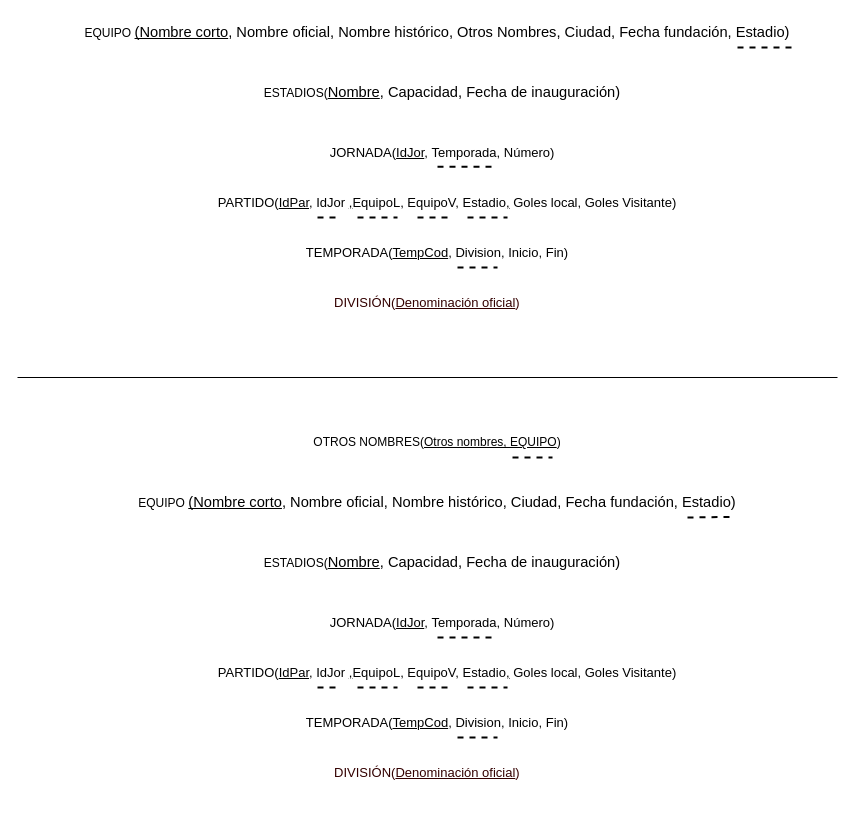
Practicass/Practica1_LigaFutbol keeps this draw.io diagram as draws/RelacionalFin.drawio. Above is the earlier version. Source tidied: cells renumbered, new cells numbered last; positions are measured from the earlier drawing's top-left corner, leaving out a move shared by most shapes. Both pictures are drawn from the tidied source at 100%, with x=0, y=0 at pixel (17, 17).
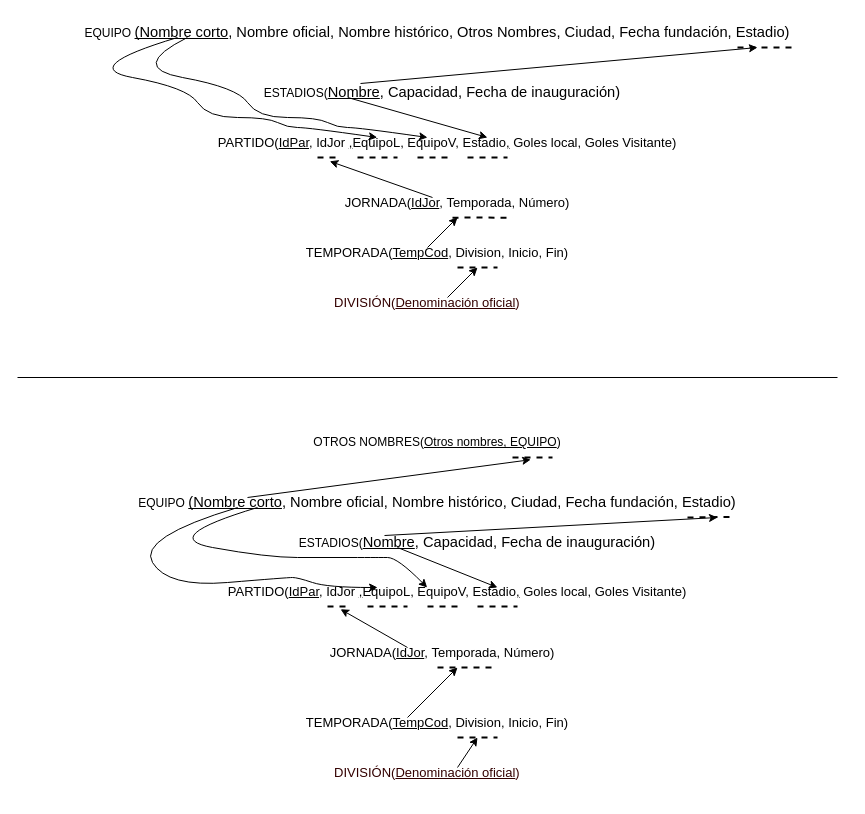
The same page after the edit.

The change refers to these unchanged cells:
```xml
<mxCell id="2" value="EQUIPO &lt;span style=&quot;font-size: 11pt; font-family: Arial; color: rgb(0, 0, 0); background-color: transparent; font-weight: 400; font-style: normal; font-variant: normal; text-decoration: underline; text-decoration-skip-ink: none; vertical-align: baseline;&quot;&gt;(Nombre corto&lt;/span&gt;&lt;span style=&quot;font-size: 11pt; font-family: Arial; background-color: transparent; font-weight: 400; font-style: normal; font-variant-ligatures: normal; font-variant-numeric: normal; font-variant-caps: normal; font-variant-alternates: normal; font-variant-east-asian: normal; font-variant-position: normal; text-decoration: none; vertical-align: baseline;&quot;&gt;, Nombre oficial, Nombre histórico, Otros Nombres, Ciudad, Fecha fundación, &lt;font&gt;Estadio&lt;/font&gt;)&lt;/span&gt;" style="text;html=1;strokeColor=none;fillColor=none;align=center;verticalAlign=middle;whiteSpace=wrap;rounded=0;" parent="1" vertex="1">
  <mxGeometry x="50" width="740" height="30" as="geometry" />
</mxCell>
<mxCell id="4" value="&lt;p id=&quot;docs-internal-guid-ae7be185-7fff-9508-fb25-8bbcf56c84a8&quot; style=&quot;line-height:1.38;margin-top:0pt;margin-bottom:0pt;&quot; dir=&quot;ltr&quot;&gt;ESTADIOS(&lt;span style=&quot;font-size: 11pt; font-family: Arial; color: rgb(0, 0, 0); background-color: transparent; font-weight: 400; font-style: normal; font-variant: normal; text-decoration: underline; text-decoration-skip-ink: none; vertical-align: baseline;&quot;&gt;Nombre&lt;/span&gt;&lt;span style=&quot;font-size: 11pt; font-family: Arial; color: rgb(0, 0, 0); background-color: transparent; font-weight: 400; font-style: normal; font-variant: normal; text-decoration: none; vertical-align: baseline;&quot;&gt;, Capacidad, Fecha de inauguración)&lt;/span&gt;&lt;/p&gt;" style="text;html=1;strokeColor=none;fillColor=none;align=center;verticalAlign=middle;whiteSpace=wrap;rounded=0;" parent="1" vertex="1">
  <mxGeometry x="55" y="60" width="740" height="30" as="geometry" />
</mxCell>
<mxCell id="8" value="EQUIPO &lt;span style=&quot;font-size: 11pt; font-family: Arial; background-color: transparent; font-weight: 400; font-style: normal; font-variant-ligatures: normal; font-variant-numeric: normal; font-variant-caps: normal; font-variant-alternates: normal; font-variant-east-asian: normal; font-variant-position: normal; text-decoration: underline; text-decoration-skip-ink: none; vertical-align: baseline;&quot;&gt;(Nombre corto&lt;/span&gt;&lt;span style=&quot;font-size: 11pt; font-family: Arial; background-color: transparent; font-weight: 400; font-style: normal; font-variant-ligatures: normal; font-variant-numeric: normal; font-variant-caps: normal; font-variant-alternates: normal; font-variant-east-asian: normal; font-variant-position: normal; text-decoration: none; vertical-align: baseline;&quot;&gt;, Nombre oficial, Nombre histórico, Ciudad, Fecha fundación, &lt;font&gt;Estadio&lt;/font&gt;)&lt;/span&gt;" style="text;html=1;strokeColor=none;fillColor=none;align=center;verticalAlign=middle;whiteSpace=wrap;rounded=0;" parent="1" vertex="1">
  <mxGeometry x="50" y="470" width="740" height="30" as="geometry" />
</mxCell>
<mxCell id="15" value="OTROS NOMBRES(&lt;u&gt;Otros nombres, EQUIPO&lt;/u&gt;)" style="text;html=1;strokeColor=none;fillColor=none;align=center;verticalAlign=middle;whiteSpace=wrap;rounded=0;" parent="1" vertex="1">
  <mxGeometry x="50" y="410" width="740" height="30" as="geometry" />
</mxCell>
```

The edit, as a diff of the source:
```diff
@@
     <mxCell id="3" value="&lt;p id=&quot;docs-internal-guid-b29137fc-7fff-e210-7a7c-c94be5e26367&quot; style=&quot;line-height: 1.38; margin-top: 0pt; margin-bottom: 0pt; font-size: 13px;&quot; dir=&quot;ltr&quot;&gt;&lt;font style=&quot;font-size: 13px;&quot;&gt;PARTIDO(&lt;u&gt;IdPar&lt;/u&gt;,&amp;nbsp;IdJor&amp;nbsp;&lt;u&gt;,&lt;/u&gt;EquipoL&lt;u&gt;,&lt;/u&gt; EquipoV&lt;/font&gt;&lt;font style=&quot;font-size: 13px;&quot;&gt;, &lt;/font&gt;&lt;font style=&quot;font-size: 13px;&quot;&gt;Estadio&lt;u&gt;,&lt;/u&gt; &lt;/font&gt;&lt;font style=&quot;font-size: 13px;&quot;&gt;Goles local, Goles Visitante)&lt;/font&gt;&lt;/p&gt;&lt;p id=&quot;docs-internal-guid-ae7be185-7fff-9508-fb25-8bbcf56c84a8&quot; style=&quot;line-height: 1.38; margin-top: 0pt; margin-bottom: 0pt; font-size: 13px;&quot; dir=&quot;ltr&quot;&gt;&lt;/p&gt;" style="text;html=1;strokeColor=none;fillColor=none;align=center;verticalAlign=middle;whiteSpace=wrap;rounded=0;" parent="1" vertex="1">
-      <mxGeometry x="60" y="170" width="740" height="30" as="geometry" />
+      <mxGeometry x="60" y="110" width="740" height="30" as="geometry" />
     </mxCell>
@@
     <mxCell id="5" value="&lt;p id=&quot;docs-internal-guid-d062ec6a-7fff-5ad4-b682-37d9f37c2bd6&quot; style=&quot;line-height: 1.38; margin-top: 0pt; margin-bottom: 0pt; font-size: 13px;&quot; dir=&quot;ltr&quot;&gt;JORNADA(&lt;u&gt;IdJor&lt;/u&gt;,&amp;nbsp;Temporada, Número)&lt;/p&gt;&lt;p id=&quot;docs-internal-guid-b29137fc-7fff-e210-7a7c-c94be5e26367&quot; style=&quot;line-height:1.38;margin-top:0pt;margin-bottom:0pt;&quot; dir=&quot;ltr&quot;&gt;&lt;/p&gt;&lt;p id=&quot;docs-internal-guid-ae7be185-7fff-9508-fb25-8bbcf56c84a8&quot; style=&quot;line-height:1.38;margin-top:0pt;margin-bottom:0pt;&quot; dir=&quot;ltr&quot;&gt;&lt;/p&gt;" style="text;html=1;strokeColor=none;fillColor=none;align=center;verticalAlign=middle;whiteSpace=wrap;rounded=0;" parent="1" vertex="1">
-      <mxGeometry x="55" y="120" width="740" height="30" as="geometry" />
+      <mxGeometry x="70" y="170" width="740" height="30" as="geometry" />
     </mxCell>
@@
     <mxCell id="10" value="&lt;p id=&quot;docs-internal-guid-b29137fc-7fff-e210-7a7c-c94be5e26367&quot; style=&quot;line-height: 1.38; margin-top: 0pt; margin-bottom: 0pt; font-size: 13px;&quot; dir=&quot;ltr&quot;&gt;&lt;font style=&quot;font-size: 13px;&quot;&gt;PARTIDO(&lt;u&gt;IdPar&lt;/u&gt;,&amp;nbsp;IdJor&amp;nbsp;&lt;u&gt;,&lt;/u&gt;EquipoL&lt;u&gt;,&lt;/u&gt; EquipoV&lt;/font&gt;&lt;font style=&quot;font-size: 13px;&quot;&gt;, &lt;/font&gt;&lt;font style=&quot;font-size: 13px;&quot;&gt;Estadio&lt;u&gt;,&lt;/u&gt; &lt;/font&gt;&lt;font style=&quot;font-size: 13px;&quot;&gt;Goles local, Goles Visitante)&lt;/font&gt;&lt;/p&gt;&lt;p id=&quot;docs-internal-guid-ae7be185-7fff-9508-fb25-8bbcf56c84a8&quot; style=&quot;line-height: 1.38; margin-top: 0pt; margin-bottom: 0pt; font-size: 13px;&quot; dir=&quot;ltr&quot;&gt;&lt;/p&gt;" style="text;html=1;strokeColor=none;fillColor=none;align=center;verticalAlign=middle;whiteSpace=wrap;rounded=0;" parent="1" vertex="1">
-      <mxGeometry x="60" y="640" width="740" height="30" as="geometry" />
+      <mxGeometry x="70" y="559" width="740" height="30" as="geometry" />
     </mxCell>
     <mxCell id="11" value="&lt;p id=&quot;docs-internal-guid-ae7be185-7fff-9508-fb25-8bbcf56c84a8&quot; style=&quot;line-height:1.38;margin-top:0pt;margin-bottom:0pt;&quot; dir=&quot;ltr&quot;&gt;ESTADIOS(&lt;span style=&quot;font-size: 11pt; font-family: Arial; color: rgb(0, 0, 0); background-color: transparent; font-weight: 400; font-style: normal; font-variant: normal; text-decoration: underline; text-decoration-skip-ink: none; vertical-align: baseline;&quot;&gt;Nombre&lt;/span&gt;&lt;span style=&quot;font-size: 11pt; font-family: Arial; color: rgb(0, 0, 0); background-color: transparent; font-weight: 400; font-style: normal; font-variant: normal; text-decoration: none; vertical-align: baseline;&quot;&gt;, Capacidad, Fecha de inauguración)&lt;/span&gt;&lt;/p&gt;" style="text;html=1;strokeColor=none;fillColor=none;align=center;verticalAlign=middle;whiteSpace=wrap;rounded=0;" parent="1" vertex="1">
-      <mxGeometry x="55" y="530" width="740" height="30" as="geometry" />
+      <mxGeometry x="90" y="510" width="740" height="30" as="geometry" />
     </mxCell>
     <mxCell id="12" value="&lt;p id=&quot;docs-internal-guid-d062ec6a-7fff-5ad4-b682-37d9f37c2bd6&quot; style=&quot;line-height: 1.38; margin-top: 0pt; margin-bottom: 0pt; font-size: 13px;&quot; dir=&quot;ltr&quot;&gt;JORNADA(&lt;u&gt;IdJor&lt;/u&gt;,&amp;nbsp;Temporada, Número)&lt;/p&gt;&lt;p id=&quot;docs-internal-guid-b29137fc-7fff-e210-7a7c-c94be5e26367&quot; style=&quot;line-height:1.38;margin-top:0pt;margin-bottom:0pt;&quot; dir=&quot;ltr&quot;&gt;&lt;/p&gt;&lt;p id=&quot;docs-internal-guid-ae7be185-7fff-9508-fb25-8bbcf56c84a8&quot; style=&quot;line-height:1.38;margin-top:0pt;margin-bottom:0pt;&quot; dir=&quot;ltr&quot;&gt;&lt;/p&gt;" style="text;html=1;strokeColor=none;fillColor=none;align=center;verticalAlign=middle;whiteSpace=wrap;rounded=0;" parent="1" vertex="1">
-      <mxGeometry x="55" y="590" width="740" height="30" as="geometry" />
+      <mxGeometry x="55" y="620" width="740" height="30" as="geometry" />
     </mxCell>
@@
     <mxCell id="17" style="endArrow=none;dashed=1;html=1;strokeWidth=2;rounded=0;" parent="1" edge="1">
       <mxGeometry relative="1" as="geometry">
-        <mxPoint x="420" y="149.3" as="sourcePoint" />
-        <mxPoint x="480" y="149.3" as="targetPoint" />
+        <mxPoint x="435" y="200.3" as="sourcePoint" />
+        <mxPoint x="495" y="200.3" as="targetPoint" />
+        <Array as="points">
+          <mxPoint x="455" y="200" />
+        </Array>
       </mxGeometry>
     </mxCell>
     <mxCell id="18" style="endArrow=none;dashed=1;html=1;strokeWidth=2;rounded=0;" parent="1" edge="1">
       <mxGeometry relative="1" as="geometry">
-        <mxPoint x="300" y="200" as="sourcePoint" />
-        <mxPoint x="320" y="200" as="targetPoint" />
+        <mxPoint x="300" y="140" as="sourcePoint" />
+        <mxPoint x="320" y="140" as="targetPoint" />
       </mxGeometry>
     </mxCell>
     <mxCell id="19" style="endArrow=none;dashed=1;html=1;strokeWidth=2;rounded=0;" parent="1" edge="1">
       <mxGeometry relative="1" as="geometry">
-        <mxPoint x="340" y="200" as="sourcePoint" />
-        <mxPoint x="380" y="200" as="targetPoint" />
+        <mxPoint x="340" y="140" as="sourcePoint" />
+        <mxPoint x="380" y="140" as="targetPoint" />
       </mxGeometry>
     </mxCell>
     <mxCell id="20" style="endArrow=none;dashed=1;html=1;strokeWidth=2;rounded=0;" parent="1" edge="1">
       <mxGeometry relative="1" as="geometry">
-        <mxPoint x="400" y="200" as="sourcePoint" />
-        <mxPoint x="430" y="200" as="targetPoint" />
+        <mxPoint x="400" y="140" as="sourcePoint" />
+        <mxPoint x="430" y="140" as="targetPoint" />
       </mxGeometry>
     </mxCell>
     <mxCell id="21" style="endArrow=none;dashed=1;html=1;strokeWidth=2;rounded=0;" parent="1" edge="1">
       <mxGeometry relative="1" as="geometry">
-        <mxPoint x="450" y="200" as="sourcePoint" />
-        <mxPoint x="490" y="200" as="targetPoint" />
+        <mxPoint x="450" y="140" as="sourcePoint" />
+        <mxPoint x="490" y="140" as="targetPoint" />
       </mxGeometry>
     </mxCell>
@@
     <mxCell id="25" style="endArrow=none;dashed=1;html=1;strokeWidth=2;rounded=0;" parent="1" edge="1">
       <mxGeometry relative="1" as="geometry">
-        <mxPoint x="420" y="620" as="sourcePoint" />
-        <mxPoint x="480" y="620" as="targetPoint" />
+        <mxPoint x="420" y="650" as="sourcePoint" />
+        <mxPoint x="480" y="650" as="targetPoint" />
+        <Array as="points">
+          <mxPoint x="450" y="650" />
+        </Array>
       </mxGeometry>
     </mxCell>
     <mxCell id="26" style="endArrow=none;dashed=1;html=1;strokeWidth=2;rounded=0;" parent="1" edge="1">
       <mxGeometry relative="1" as="geometry">
-        <mxPoint x="300" y="670" as="sourcePoint" />
-        <mxPoint x="320" y="670" as="targetPoint" />
+        <mxPoint x="310" y="589" as="sourcePoint" />
+        <mxPoint x="330" y="589" as="targetPoint" />
       </mxGeometry>
     </mxCell>
     <mxCell id="27" style="endArrow=none;dashed=1;html=1;strokeWidth=2;rounded=0;" parent="1" edge="1">
       <mxGeometry relative="1" as="geometry">
-        <mxPoint x="340" y="670" as="sourcePoint" />
-        <mxPoint x="380" y="670" as="targetPoint" />
+        <mxPoint x="350" y="589" as="sourcePoint" />
+        <mxPoint x="390" y="589" as="targetPoint" />
       </mxGeometry>
     </mxCell>
     <mxCell id="28" style="endArrow=none;dashed=1;html=1;strokeWidth=2;rounded=0;" parent="1" edge="1">
       <mxGeometry relative="1" as="geometry">
-        <mxPoint x="400" y="670" as="sourcePoint" />
-        <mxPoint x="430" y="670" as="targetPoint" />
+        <mxPoint x="410" y="589" as="sourcePoint" />
+        <mxPoint x="440" y="589" as="targetPoint" />
       </mxGeometry>
     </mxCell>
     <mxCell id="29" style="endArrow=none;dashed=1;html=1;strokeWidth=2;rounded=0;" parent="1" edge="1">
       <mxGeometry relative="1" as="geometry">
-        <mxPoint x="450" y="670" as="sourcePoint" />
-        <mxPoint x="490" y="670" as="targetPoint" />
+        <mxPoint x="460" y="589" as="sourcePoint" />
+        <mxPoint x="500" y="589" as="targetPoint" />
       </mxGeometry>
     </mxCell>
@@
+    <mxCell id="31" style="endArrow=classic;html=1;rounded=0;" parent="1" edge="1">
+      <mxGeometry relative="1" as="geometry">
+        <mxPoint x="440" y="750" as="sourcePoint" />
+        <mxPoint x="460" y="720" as="targetPoint" />
+      </mxGeometry>
+    </mxCell>
+    <mxCell id="32" style="endArrow=classic;html=1;rounded=0;" parent="1" edge="1">
+      <mxGeometry relative="1" as="geometry">
+        <mxPoint x="390" y="700" as="sourcePoint" />
+        <mxPoint x="440" y="650" as="targetPoint" />
+      </mxGeometry>
+    </mxCell>
+    <mxCell id="33" style="endArrow=classic;html=1;rounded=0;entryX=0.342;entryY=1.093;entryDx=0;entryDy=0;entryPerimeter=0;" parent="1" edge="1" target="10">
+      <mxGeometry relative="1" as="geometry">
+        <mxPoint x="390" y="630" as="sourcePoint" />
+      </mxGeometry>
+    </mxCell>
+    <mxCell id="34" style="endArrow=classic;html=1;rounded=0;" parent="1" edge="1">
+      <mxGeometry relative="1" as="geometry">
+        <mxPoint x="367" y="518" as="sourcePoint" />
+        <mxPoint x="700" y="500" as="targetPoint" />
+      </mxGeometry>
+    </mxCell>
+    <mxCell id="35" style="curved=1;endArrow=classic;html=1;rounded=0;exitX=0.23;exitY=0.667;exitDx=0;exitDy=0;exitPerimeter=0;entryX=0.392;entryY=0.367;entryDx=0;entryDy=0;entryPerimeter=0;" parent="1" edge="1" source="8" target="10">
+      <mxGeometry relative="1" as="geometry">
+        <Array as="points">
+          <mxPoint x="120" y="520" />
+          <mxPoint x="150" y="570" />
+          <mxPoint x="270" y="560" />
+          <mxPoint x="280" y="560" />
+          <mxPoint x="310" y="570" />
+        </Array>
+      </mxGeometry>
+    </mxCell>
+    <mxCell id="36" style="curved=1;endArrow=classic;html=1;rounded=0;exitX=0.23;exitY=0.667;exitDx=0;exitDy=0;exitPerimeter=0;entryX=0.459;entryY=0.367;entryDx=0;entryDy=0;entryPerimeter=0;" parent="1" edge="1" target="10">
+      <mxGeometry relative="1" as="geometry">
+        <mxPoint x="240" y="490" as="sourcePoint" />
+        <Array as="points">
+          <mxPoint x="140" y="520" />
+          <mxPoint x="250" y="540" />
+          <mxPoint x="310" y="540" />
+          <mxPoint x="370" y="540" />
+          <mxPoint x="360" y="540" />
+          <mxPoint x="380" y="540" />
+        </Array>
+      </mxGeometry>
+    </mxCell>
+    <mxCell id="37" style="endArrow=classic;html=1;rounded=0;" parent="1" edge="1">
+      <mxGeometry relative="1" as="geometry">
+        <mxPoint x="430" y="280" as="sourcePoint" />
+        <mxPoint x="460" y="250" as="targetPoint" />
+      </mxGeometry>
+    </mxCell>
+    <mxCell id="38" style="endArrow=classic;html=1;rounded=0;" parent="1" edge="1">
+      <mxGeometry relative="1" as="geometry">
+        <mxPoint x="410" y="230" as="sourcePoint" />
+        <mxPoint x="440" y="200" as="targetPoint" />
+      </mxGeometry>
+    </mxCell>
+    <mxCell id="39" style="endArrow=classic;html=1;rounded=0;entryX=0.341;entryY=1.127;entryDx=0;entryDy=0;entryPerimeter=0;" parent="1" edge="1" target="3">
+      <mxGeometry relative="1" as="geometry">
+        <mxPoint x="415" y="180" as="sourcePoint" />
+      </mxGeometry>
+    </mxCell>
+    <mxCell id="40" style="endArrow=classic;html=1;rounded=0;entryX=0.554;entryY=0.333;entryDx=0;entryDy=0;entryPerimeter=0;strokeColor=default;exitX=0.372;exitY=0.667;exitDx=0;exitDy=0;exitPerimeter=0;" parent="1" edge="1" source="4" target="3">
+      <mxGeometry relative="1" as="geometry" />
+    </mxCell>
+    <mxCell id="41" style="endArrow=classic;html=1;rounded=0;" parent="1" edge="1">
+      <mxGeometry relative="1" as="geometry">
+        <mxPoint x="343" y="66" as="sourcePoint" />
+        <mxPoint x="740" y="30" as="targetPoint" />
+      </mxGeometry>
+    </mxCell>
+    <mxCell id="42" style="curved=1;endArrow=classic;html=1;rounded=0;exitX=0.23;exitY=0.667;exitDx=0;exitDy=0;exitPerimeter=0;entryX=0.405;entryY=0.333;entryDx=0;entryDy=0;entryPerimeter=0;" parent="1" edge="1" target="3">
+      <mxGeometry relative="1" as="geometry">
+        <mxPoint x="160" y="20" as="sourcePoint" />
+        <Array as="points">
+          <mxPoint x="60" y="50" />
+          <mxPoint x="170" y="70" />
+          <mxPoint x="190" y="100" />
+          <mxPoint x="250" y="100" />
+          <mxPoint x="270" y="110" />
+          <mxPoint x="290" y="110" />
+        </Array>
+      </mxGeometry>
+    </mxCell>
+    <mxCell id="43" style="curved=1;endArrow=classic;html=1;rounded=0;exitX=0.162;exitY=0.667;exitDx=0;exitDy=0;exitPerimeter=0;entryX=0.405;entryY=0.333;entryDx=0;entryDy=0;entryPerimeter=0;" parent="1" edge="1" source="2">
+      <mxGeometry relative="1" as="geometry">
+        <mxPoint x="410" y="120" as="targetPoint" />
+        <Array as="points">
+          <mxPoint x="110" y="50" />
+          <mxPoint x="220" y="70" />
+          <mxPoint x="240" y="100" />
+          <mxPoint x="300" y="100" />
+          <mxPoint x="320" y="110" />
+          <mxPoint x="340" y="110" />
+        </Array>
+      </mxGeometry>
+    </mxCell>
+    <mxCell id="44" style="endArrow=classic;html=1;rounded=0;entryX=0.554;entryY=0.367;entryDx=0;entryDy=0;entryPerimeter=0;strokeColor=default;exitX=0.372;exitY=0.667;exitDx=0;exitDy=0;exitPerimeter=0;" parent="1" edge="1" target="10">
+      <mxGeometry relative="1" as="geometry">
+        <mxPoint x="380" y="530" as="sourcePoint" />
+      </mxGeometry>
+    </mxCell>
+    <mxCell id="45" style="endArrow=classic;html=1;rounded=0;entryX=0.626;entryY=1.073;entryDx=0;entryDy=0;entryPerimeter=0;" parent="1" edge="1" target="15">
+      <mxGeometry relative="1" as="geometry">
+        <mxPoint x="230" y="480" as="sourcePoint" />
+      </mxGeometry>
+    </mxCell>
```
